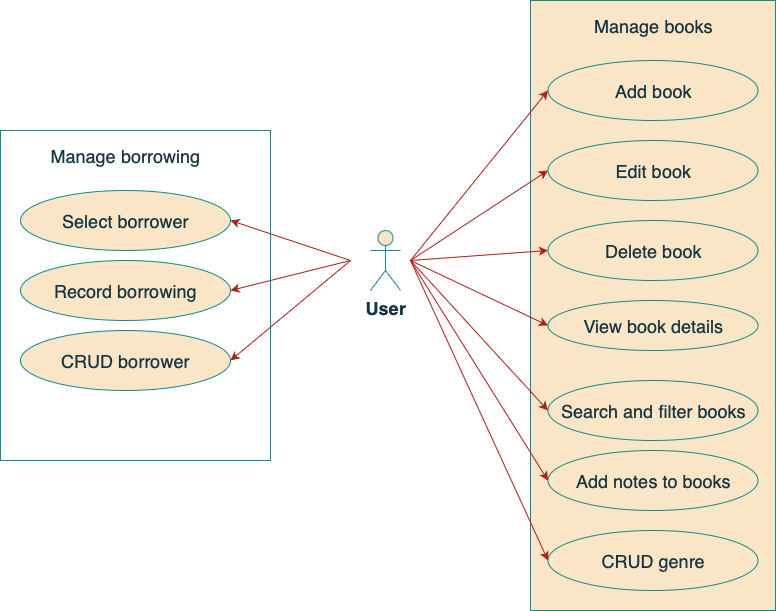
This is use-case-diagram.drawio.png from sujaybn/personal_library, a draw.io export, as it was before one commit. Source tidied: cells renumbered, new cells last; positions are measured from the earlier drawing's top-left corner, leaving out a move shared by most shapes.
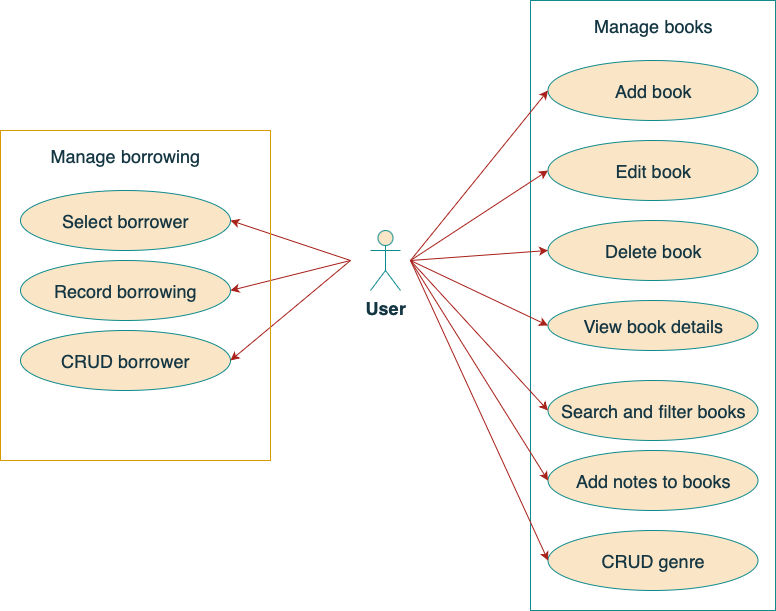
The same diagram one commit later.

Change to the diagram source:
```diff
@@ -5,7 +5,7 @@
     <mxCell id="2" value="&lt;font style=&quot;font-size: 18px;&quot;&gt;&lt;b&gt;User&lt;/b&gt;&lt;/font&gt;" style="shape=umlActor;verticalLabelPosition=bottom;verticalAlign=top;html=1;labelBackgroundColor=none;fillColor=#FAE5C7;strokeColor=#0F8B8D;fontColor=#143642;" parent="1" vertex="1">
       <mxGeometry x="370" y="230" width="30" height="60" as="geometry" />
     </mxCell>
-    <mxCell id="3" style="rounded=0;whiteSpace=wrap;html=1;labelBackgroundColor=none;fillColor=#FAE5C7;strokeColor=#0F8B8D;fontColor=#143642;" parent="1" vertex="1">
+    <mxCell id="3" style="rounded=0;whiteSpace=wrap;html=1;labelBackgroundColor=none;fillColor=none;strokeColor=#0F8B8D;fontColor=#143642;" parent="1" vertex="1">
       <mxGeometry x="530" width="245" height="610" as="geometry" />
     </mxCell>
     <mxCell id="4" value="&lt;font style=&quot;font-size: 18px;&quot;&gt;Add book&lt;/font&gt;" style="ellipse;whiteSpace=wrap;html=1;labelBackgroundColor=none;fillColor=#FAE5C7;strokeColor=#0F8B8D;fontColor=#143642;" parent="1" vertex="1">
@@ -91,7 +91,7 @@
         <mxPoint x="350" y="260" as="sourcePoint" />
       </mxGeometry>
     </mxCell>
-    <mxCell id="25" style="rounded=0;whiteSpace=wrap;html=1;fillColor=none;labelBackgroundColor=none;strokeColor=#0F8B8D;fontColor=#143642;" parent="1" vertex="1">
+    <mxCell id="25" style="rounded=0;whiteSpace=wrap;html=1;fillColor=none;labelBackgroundColor=none;strokeColor=#d79b00;" parent="1" vertex="1">
       <mxGeometry y="130" width="270" height="330" as="geometry" />
     </mxCell>
     <mxCell id="26" value="&lt;font style=&quot;font-size: 18px;&quot;&gt;Manage borrowing&lt;/font&gt;" style="text;html=1;align=center;verticalAlign=middle;whiteSpace=wrap;rounded=0;labelBackgroundColor=none;fontColor=#143642;" parent="1" vertex="1">
```
